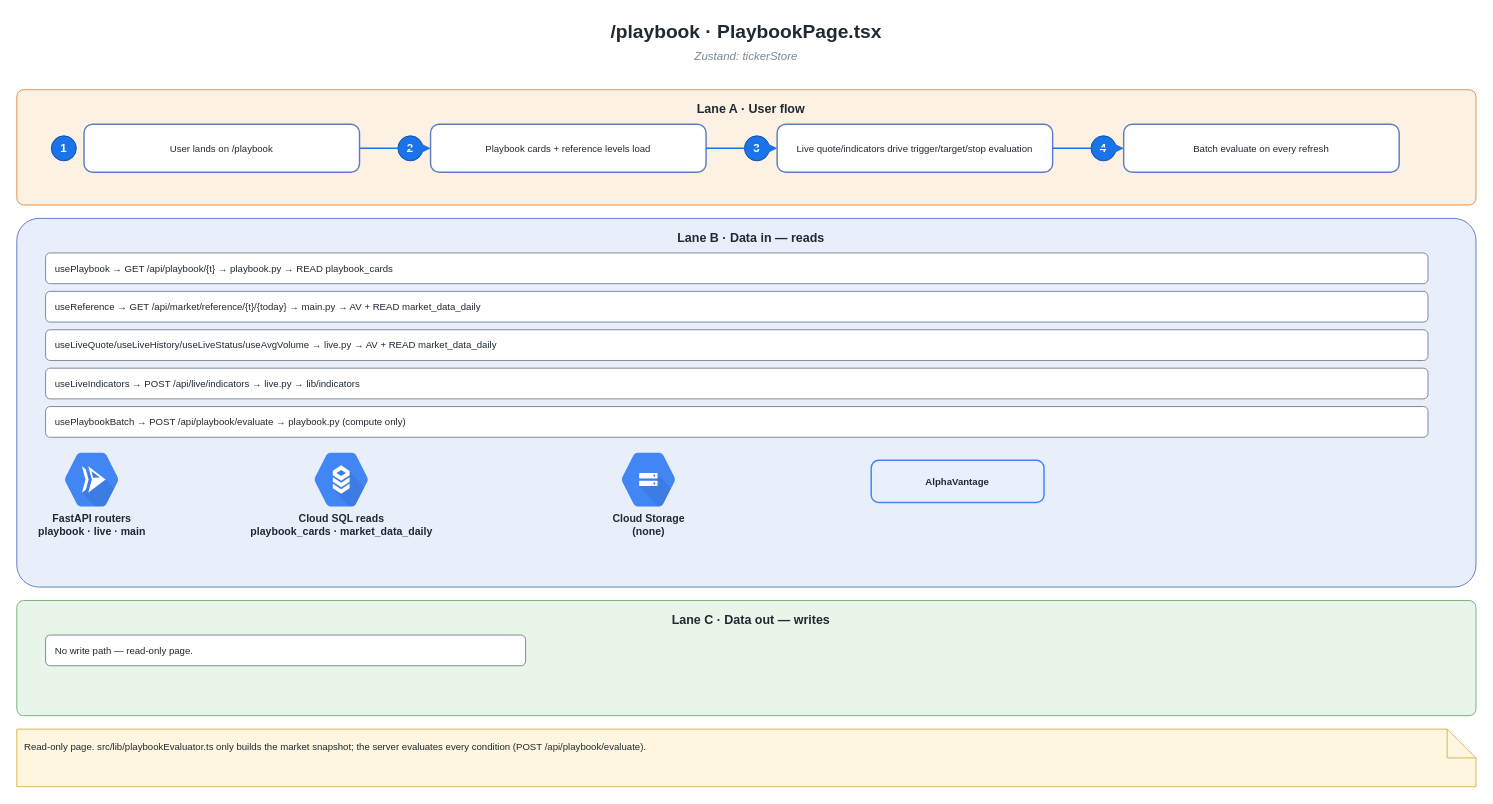
Earlier version of the draw.io diagram page "7 · Playbook" (8 of 15) of Frontend-icons.drawio (TeneikaAskew/solyra). Source tidied: cells renumbered, new cells numbered last; positions are measured from the earlier drawing's top-left corner, leaving out a move shared by most shapes. Both pictures are drawn from the tidied source at 96%, with x=0, y=0 at pixel (16, 16).
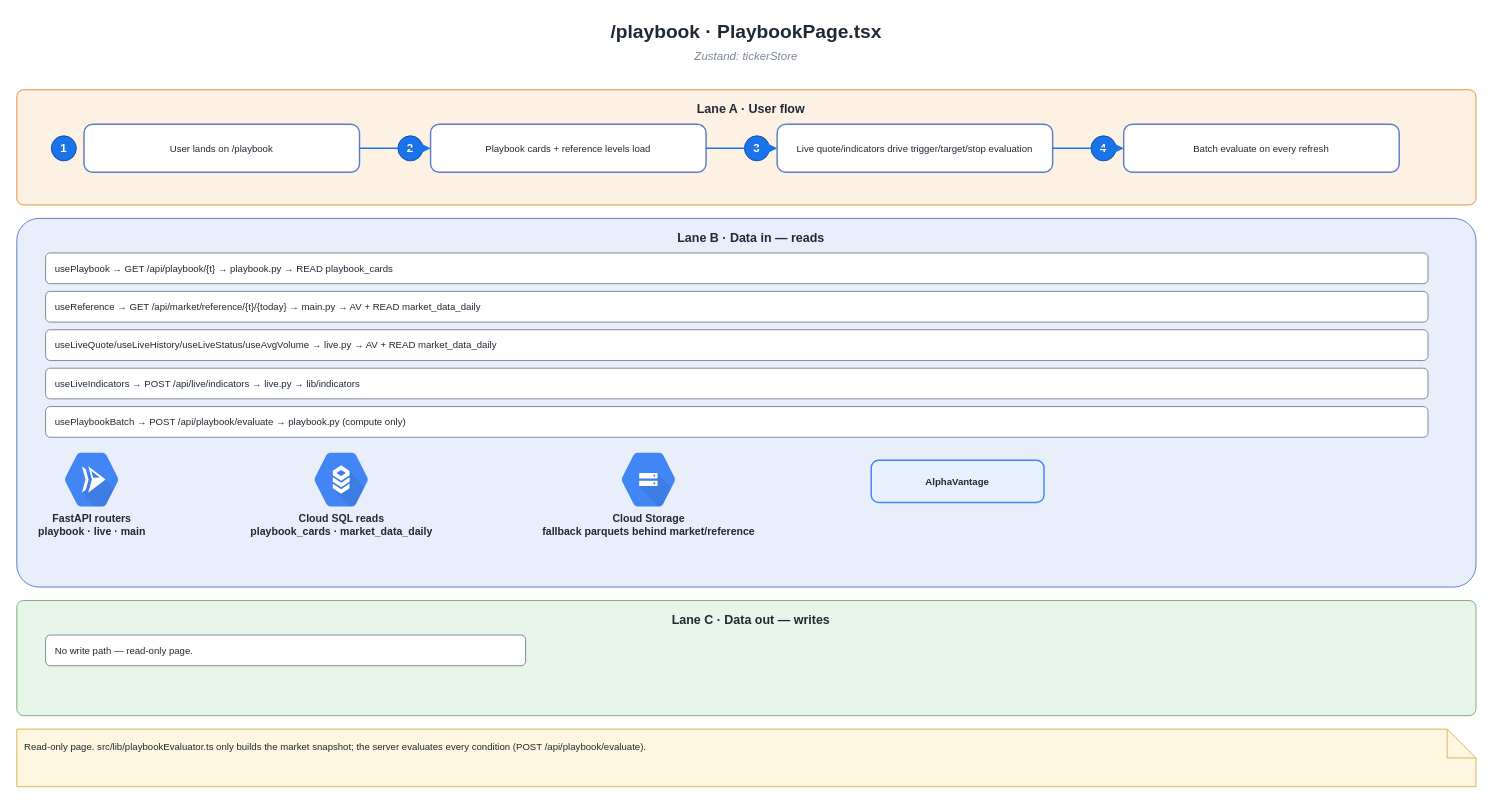
After the change.

The edit, as a diff of the source:
```diff
@@
-    <mxCell id="24" value="Cloud Storage&#10;(none)" style="sketch=0;html=1;strokeColor=none;shadow=0;fillColor=#4285F4;verticalLabelPosition=bottom;verticalAlign=top;labelPosition=center;align=center;fontSize=11;fontStyle=1;fontColor=#1f2933;shape=mxgraph.gcp2.cloud_storage;" parent="1" vertex="1">
+    <mxCell id="24" value="Cloud Storage&#10;fallback parquets behind market/reference" style="sketch=0;html=1;strokeColor=none;shadow=0;fillColor=#4285F4;verticalLabelPosition=bottom;verticalAlign=top;labelPosition=center;align=center;fontSize=11;fontStyle=1;fontColor=#1f2933;shape=mxgraph.gcp2.cloud_storage;" parent="1" vertex="1">
       <mxGeometry x="630" y="454" width="56" height="56" as="geometry" />
     </mxCell>
```
